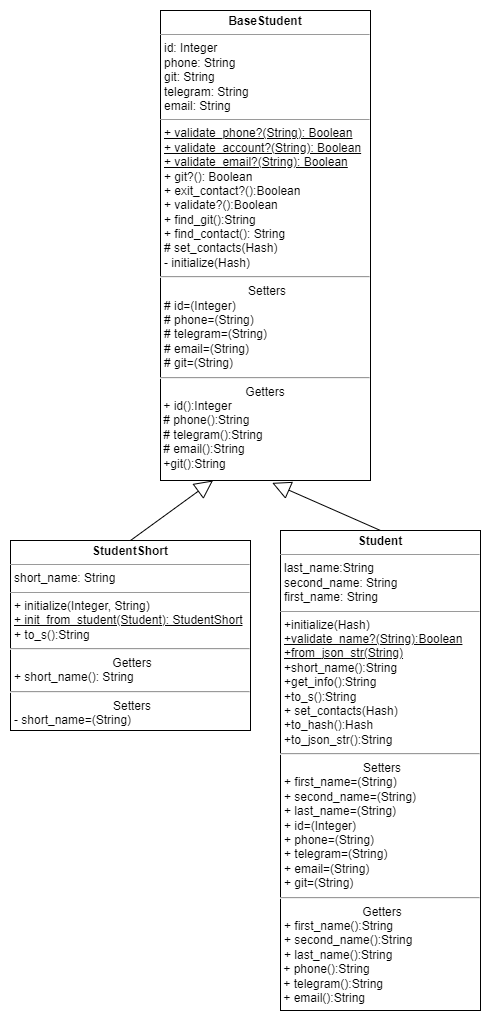
Above: lab2/diagrams/student_diagr.png in rmyau/pattern_labs (draw.io), before the change. Source tidied: cells renumbered, new cells last; positions are measured from the earlier drawing's top-left corner, leaving out a move shared by most shapes.
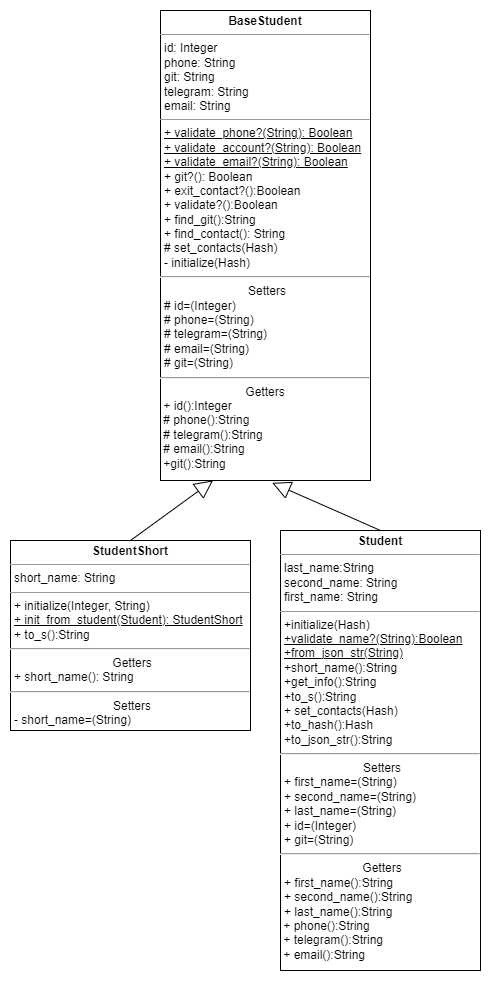
The same diagram one commit later.

Commit message:
Закрыты поля контактов для доступа только через set_contact

The edit, as a diff of the source:
```diff
@@ -5,8 +5,8 @@
     <mxCell id="2" value="&lt;p style=&quot;margin:0px;margin-top:4px;text-align:center;&quot;&gt;&lt;b&gt;BaseStudent&lt;/b&gt;&lt;/p&gt;&lt;hr size=&quot;1&quot;&gt;&lt;p style=&quot;margin:0px;margin-left:4px;&quot;&gt;id: Integer&lt;/p&gt;&lt;p style=&quot;margin:0px;margin-left:4px;&quot;&gt;phone: String&lt;/p&gt;&lt;p style=&quot;margin:0px;margin-left:4px;&quot;&gt;git: String&lt;/p&gt;&lt;p style=&quot;margin:0px;margin-left:4px;&quot;&gt;telegram: String&lt;/p&gt;&lt;p style=&quot;margin:0px;margin-left:4px;&quot;&gt;email: String&lt;/p&gt;&lt;hr size=&quot;1&quot;&gt;&lt;p style=&quot;margin:0px;margin-left:4px;&quot;&gt;&lt;u&gt;+ validate_phone?(String): Boolean&lt;/u&gt;&lt;/p&gt;&lt;p style=&quot;margin:0px;margin-left:4px;&quot;&gt;&lt;u&gt;+ validate_account?(String): Boolean&lt;/u&gt;&lt;/p&gt;&lt;p style=&quot;margin:0px;margin-left:4px;&quot;&gt;&lt;u&gt;+ validate_email?(String): Boolean&lt;/u&gt;&lt;/p&gt;&lt;p style=&quot;margin:0px;margin-left:4px;&quot;&gt;+ git?(): Boolean&lt;/p&gt;&lt;p style=&quot;margin:0px;margin-left:4px;&quot;&gt;+ exit_contact?():Boolean&lt;/p&gt;&lt;p style=&quot;margin:0px;margin-left:4px;&quot;&gt;+ validate?():Boolean&lt;/p&gt;&lt;p style=&quot;margin:0px;margin-left:4px;&quot;&gt;+ find_git():String&lt;/p&gt;&lt;p style=&quot;margin:0px;margin-left:4px;&quot;&gt;+ find_contact(): String&lt;/p&gt;&lt;p style=&quot;margin:0px;margin-left:4px;&quot;&gt;# set_contacts(Hash)&lt;/p&gt;&lt;p style=&quot;margin:0px;margin-left:4px;&quot;&gt;- initialize(Hash)&lt;/p&gt;&lt;hr&gt;&lt;p style=&quot;text-align: center; margin: 0px 0px 0px 4px;&quot;&gt;Setters&lt;/p&gt;&lt;p style=&quot;margin: 0px 0px 0px 4px;&quot;&gt;# id=(Integer)&lt;/p&gt;&lt;p style=&quot;margin: 0px 0px 0px 4px;&quot;&gt;# phone=(String)&lt;/p&gt;&lt;p style=&quot;margin: 0px 0px 0px 4px;&quot;&gt;# telegram=(String)&lt;/p&gt;&lt;p style=&quot;margin: 0px 0px 0px 4px;&quot;&gt;# email=(String)&lt;/p&gt;&lt;p style=&quot;margin: 0px 0px 0px 4px;&quot;&gt;# git=(String)&lt;/p&gt;&lt;hr&gt;&lt;div style=&quot;text-align: center;&quot;&gt;&lt;span style=&quot;background-color: initial;&quot;&gt;Getters&lt;/span&gt;&lt;/div&gt;&lt;div style=&quot;&quot;&gt;&lt;span style=&quot;background-color: initial;&quot;&gt;&amp;nbsp;+ id():Integer&lt;/span&gt;&lt;/div&gt;&lt;div style=&quot;&quot;&gt;&amp;nbsp;# phone():String&lt;/div&gt;&lt;div style=&quot;&quot;&gt;&amp;nbsp;# telegram():String&lt;/div&gt;&lt;div style=&quot;&quot;&gt;&amp;nbsp;# email():String&lt;/div&gt;&lt;div style=&quot;&quot;&gt;&amp;nbsp;+git():String&lt;/div&gt;&lt;div style=&quot;&quot;&gt;&lt;br&gt;&lt;/div&gt;&lt;div style=&quot;&quot;&gt;&lt;br&gt;&lt;/div&gt;&lt;div style=&quot;&quot;&gt;&lt;span style=&quot;background-color: initial;&quot;&gt;&lt;br&gt;&lt;/span&gt;&lt;/div&gt;" style="verticalAlign=top;align=left;overflow=fill;fontSize=12;fontFamily=Helvetica;html=1;whiteSpace=wrap;" parent="1" vertex="1">
       <mxGeometry x="150" width="210" height="470" as="geometry" />
     </mxCell>
-    <mxCell id="3" value="&lt;p style=&quot;margin:0px;margin-top:4px;text-align:center;&quot;&gt;&lt;b&gt;Student&lt;/b&gt;&lt;/p&gt;&lt;hr size=&quot;1&quot;&gt;&lt;p style=&quot;margin:0px;margin-left:4px;&quot;&gt;last_name:String&lt;/p&gt;&lt;p style=&quot;margin:0px;margin-left:4px;&quot;&gt;second_name: String&lt;/p&gt;&lt;p style=&quot;margin:0px;margin-left:4px;&quot;&gt;first_name: String&lt;/p&gt;&lt;hr size=&quot;1&quot;&gt;&lt;p style=&quot;margin:0px;margin-left:4px;&quot;&gt;+initialize(Hash)&lt;/p&gt;&lt;p style=&quot;margin:0px;margin-left:4px;&quot;&gt;&lt;u&gt;+validate_name?(String):Boolean&lt;/u&gt;&lt;/p&gt;&lt;p style=&quot;margin:0px;margin-left:4px;&quot;&gt;&lt;u&gt;+from_json_str(String)&lt;/u&gt;&lt;/p&gt;&lt;p style=&quot;margin:0px;margin-left:4px;&quot;&gt;+short_name():String&lt;/p&gt;&lt;p style=&quot;margin:0px;margin-left:4px;&quot;&gt;+get_info():String&lt;/p&gt;&lt;p style=&quot;margin:0px;margin-left:4px;&quot;&gt;+to_s():String&lt;/p&gt;&lt;p style=&quot;margin:0px;margin-left:4px;&quot;&gt;+ set_contacts(Hash)&lt;br&gt;&lt;/p&gt;&lt;p style=&quot;margin:0px;margin-left:4px;&quot;&gt;+to_hash():Hash&lt;/p&gt;&lt;p style=&quot;margin:0px;margin-left:4px;&quot;&gt;+to_json_str():String&lt;/p&gt;&lt;hr&gt;&lt;p style=&quot;text-align: center; margin: 0px 0px 0px 4px;&quot;&gt;Setters&lt;/p&gt;&lt;p style=&quot;margin:0px;margin-left:4px;&quot;&gt;+ first_name=(String)&lt;/p&gt;&lt;p style=&quot;margin:0px;margin-left:4px;&quot;&gt;+ second_name=(String)&lt;/p&gt;&lt;p style=&quot;margin:0px;margin-left:4px;&quot;&gt;+ last_name=(String)&lt;/p&gt;&lt;p style=&quot;border-color: var(--border-color); margin: 0px 0px 0px 4px;&quot;&gt;+ id=(Integer)&lt;/p&gt;&lt;p style=&quot;border-color: var(--border-color); margin: 0px 0px 0px 4px;&quot;&gt;+ phone=(String)&lt;/p&gt;&lt;p style=&quot;border-color: var(--border-color); margin: 0px 0px 0px 4px;&quot;&gt;+ telegram=(String)&lt;/p&gt;&lt;p style=&quot;border-color: var(--border-color); margin: 0px 0px 0px 4px;&quot;&gt;+ email=(String)&lt;/p&gt;&lt;p style=&quot;border-color: var(--border-color); margin: 0px 0px 0px 4px;&quot;&gt;+ git=(String)&lt;/p&gt;&lt;hr&gt;&lt;p style=&quot;text-align: center; margin: 0px 0px 0px 4px;&quot;&gt;Getters&lt;/p&gt;&lt;p style=&quot;margin:0px;margin-left:4px;&quot;&gt;+ first_name():String&lt;/p&gt;&lt;p style=&quot;margin:0px;margin-left:4px;&quot;&gt;+ second_name():String&lt;/p&gt;&lt;p style=&quot;margin:0px;margin-left:4px;&quot;&gt;+ last_name():String&lt;/p&gt;&lt;div style=&quot;border-color: var(--border-color);&quot;&gt;&amp;nbsp;+ phone():String&lt;/div&gt;&lt;div style=&quot;border-color: var(--border-color);&quot;&gt;&amp;nbsp;+ telegram():String&lt;/div&gt;&lt;div style=&quot;border-color: var(--border-color);&quot;&gt;&amp;nbsp;+ email():String&lt;/div&gt;&lt;p style=&quot;margin:0px;margin-left:4px;&quot;&gt;&lt;br&gt;&lt;/p&gt;" style="verticalAlign=top;align=left;overflow=fill;fontSize=12;fontFamily=Helvetica;html=1;whiteSpace=wrap;" parent="1" vertex="1">
-      <mxGeometry x="270" y="520" width="200" height="480" as="geometry" />
+    <mxCell id="3" value="&lt;p style=&quot;margin:0px;margin-top:4px;text-align:center;&quot;&gt;&lt;b&gt;Student&lt;/b&gt;&lt;/p&gt;&lt;hr size=&quot;1&quot;&gt;&lt;p style=&quot;margin:0px;margin-left:4px;&quot;&gt;last_name:String&lt;/p&gt;&lt;p style=&quot;margin:0px;margin-left:4px;&quot;&gt;second_name: String&lt;/p&gt;&lt;p style=&quot;margin:0px;margin-left:4px;&quot;&gt;first_name: String&lt;/p&gt;&lt;hr size=&quot;1&quot;&gt;&lt;p style=&quot;margin:0px;margin-left:4px;&quot;&gt;+initialize(Hash)&lt;/p&gt;&lt;p style=&quot;margin:0px;margin-left:4px;&quot;&gt;&lt;u&gt;+validate_name?(String):Boolean&lt;/u&gt;&lt;/p&gt;&lt;p style=&quot;margin:0px;margin-left:4px;&quot;&gt;&lt;u&gt;+from_json_str(String)&lt;/u&gt;&lt;/p&gt;&lt;p style=&quot;margin:0px;margin-left:4px;&quot;&gt;+short_name():String&lt;/p&gt;&lt;p style=&quot;margin:0px;margin-left:4px;&quot;&gt;+get_info():String&lt;/p&gt;&lt;p style=&quot;margin:0px;margin-left:4px;&quot;&gt;+to_s():String&lt;/p&gt;&lt;p style=&quot;margin:0px;margin-left:4px;&quot;&gt;+ set_contacts(Hash)&lt;br&gt;&lt;/p&gt;&lt;p style=&quot;margin:0px;margin-left:4px;&quot;&gt;+to_hash():Hash&lt;/p&gt;&lt;p style=&quot;margin:0px;margin-left:4px;&quot;&gt;+to_json_str():String&lt;/p&gt;&lt;hr&gt;&lt;p style=&quot;text-align: center; margin: 0px 0px 0px 4px;&quot;&gt;Setters&lt;/p&gt;&lt;p style=&quot;margin:0px;margin-left:4px;&quot;&gt;+ first_name=(String)&lt;/p&gt;&lt;p style=&quot;margin:0px;margin-left:4px;&quot;&gt;+ second_name=(String)&lt;/p&gt;&lt;p style=&quot;margin:0px;margin-left:4px;&quot;&gt;+ last_name=(String)&lt;/p&gt;&lt;p style=&quot;border-color: var(--border-color); margin: 0px 0px 0px 4px;&quot;&gt;+ id=(Integer)&lt;/p&gt;&lt;p style=&quot;border-color: var(--border-color); margin: 0px 0px 0px 4px;&quot;&gt;+ git=(String)&lt;/p&gt;&lt;hr&gt;&lt;p style=&quot;text-align: center; margin: 0px 0px 0px 4px;&quot;&gt;Getters&lt;/p&gt;&lt;p style=&quot;margin:0px;margin-left:4px;&quot;&gt;+ first_name():String&lt;/p&gt;&lt;p style=&quot;margin:0px;margin-left:4px;&quot;&gt;+ second_name():String&lt;/p&gt;&lt;p style=&quot;margin:0px;margin-left:4px;&quot;&gt;+ last_name():String&lt;/p&gt;&lt;div style=&quot;border-color: var(--border-color);&quot;&gt;&amp;nbsp;+ phone():String&lt;/div&gt;&lt;div style=&quot;border-color: var(--border-color);&quot;&gt;&amp;nbsp;+ telegram():String&lt;/div&gt;&lt;div style=&quot;border-color: var(--border-color);&quot;&gt;&amp;nbsp;+ email():String&lt;/div&gt;&lt;p style=&quot;margin:0px;margin-left:4px;&quot;&gt;&lt;br&gt;&lt;/p&gt;" style="verticalAlign=top;align=left;overflow=fill;fontSize=12;fontFamily=Helvetica;html=1;whiteSpace=wrap;" parent="1" vertex="1">
+      <mxGeometry x="270" y="520" width="200" height="440" as="geometry" />
     </mxCell>
     <mxCell id="4" value="Extends" style="endArrow=block;endSize=16;endFill=0;html=1;rounded=0;entryX=0.532;entryY=1.005;entryDx=0;entryDy=0;entryPerimeter=0;textOpacity=0;exitX=0.5;exitY=0;exitDx=0;exitDy=0;" parent="1" edge="1" source="3" target="2">
       <mxGeometry x="0.07" y="-15" relative="1" as="geometry" />
```
